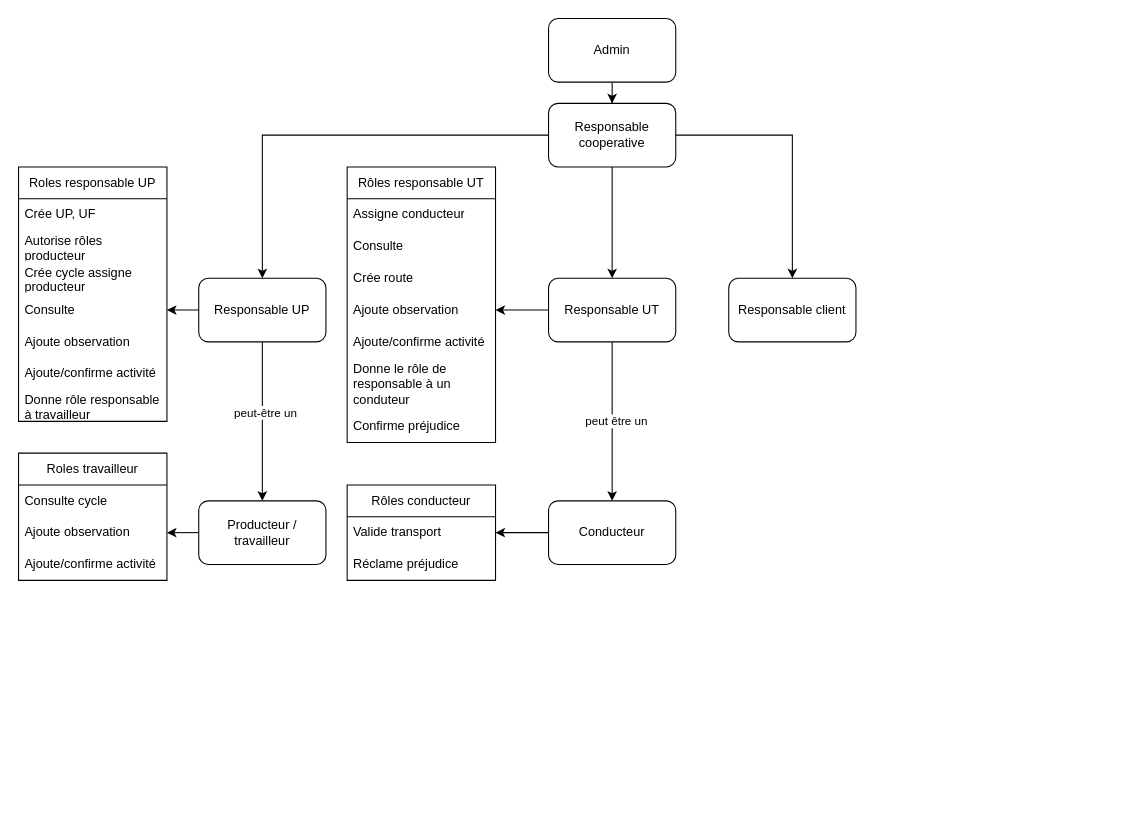
Earlier version of the draw.io diagram Roles.drawio (agroecomakers/Diagrammes-miCampo). Source tidied: cells renumbered, new cells numbered last; positions are measured from the earlier drawing's top-left corner, leaving out a move shared by most shapes. Both pictures are drawn from the tidied source at 106%, with x=0, y=0 at pixel (18, 18).
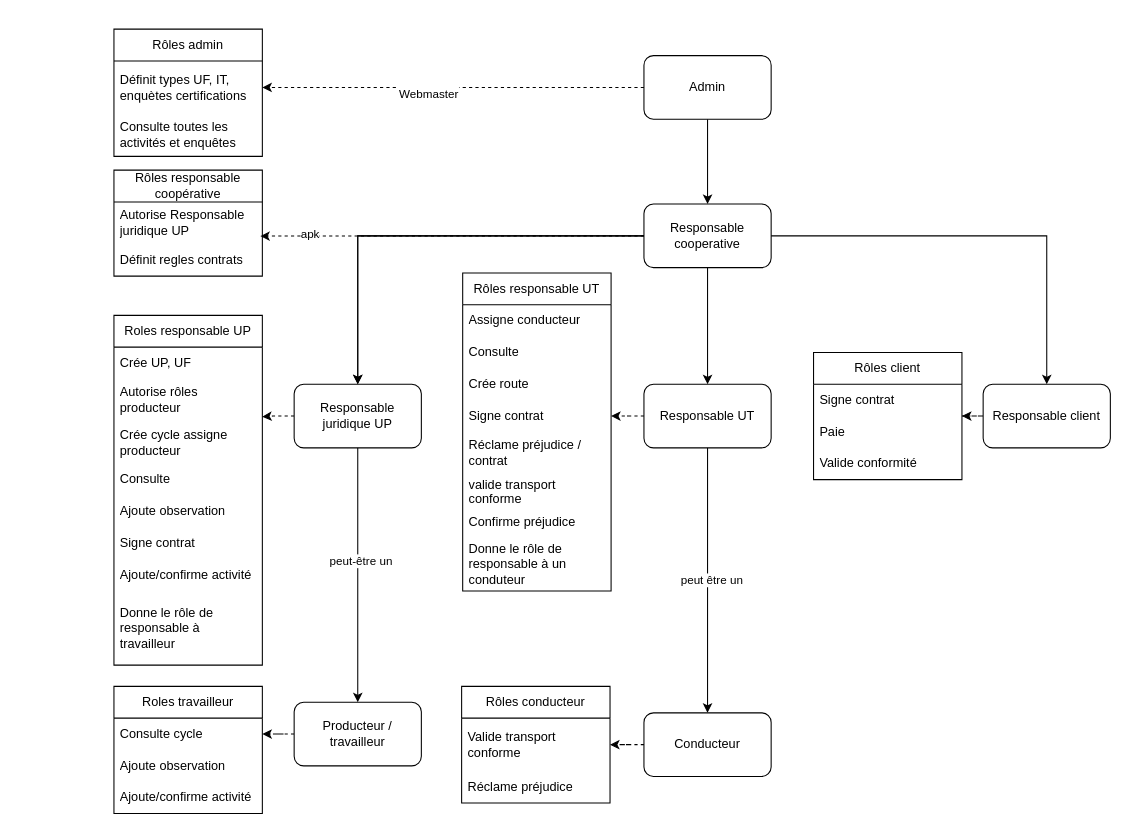
Above is the later version.

Commit message (it also covers changes not shown here):
Mettre à jour Roles.drawio

Unchanged cells that the change refers to:
```xml
<mxCell id="30" value="Consulte cycle" style="text;strokeColor=none;fillColor=none;align=left;verticalAlign=middle;spacingLeft=4;spacingRight=4;overflow=hidden;points=[[0,0.5],[1,0.5]];portConstraint=eastwest;whiteSpace=wrap;html=1;" parent="29" vertex="1">
  <mxGeometry y="30" width="140" height="30" as="geometry" />
</mxCell>
```

What changed in the source:
```diff
@@
+    <mxCell id="44" style="edgeStyle=orthogonalEdgeStyle;rounded=0;jettySize=auto;html=1;entryX=1;entryY=0.5;entryDx=0;entryDy=0;dashed=1;" parent="1" edge="1" source="3" target="56">
+      <mxGeometry relative="1" as="geometry" />
+    </mxCell>
+    <mxCell id="45" value="Webmaster" style="edgeLabel;html=1;align=center;verticalAlign=middle;" parent="44" vertex="1">
+      <mxGeometry x="0.14" y="5" relative="1" as="geometry">
+        <mxPoint x="1" as="offset" />
+      </mxGeometry>
+    </mxCell>
     <mxCell id="3" value="Admin" style="rounded=1;whiteSpace=wrap;html=1;" parent="1" vertex="1">
-      <mxGeometry x="500" width="120" height="60" as="geometry" />
+      <mxGeometry x="590" y="35" width="120" height="60" as="geometry" />
     </mxCell>
+    <mxCell id="46" style="edgeStyle=orthogonalEdgeStyle;rounded=0;jettySize=auto;html=1;dashed=1;entryX=0.986;entryY=0.806;entryDx=0;entryDy=0;entryPerimeter=0;" parent="1" edge="1" source="5" target="53">
+      <mxGeometry relative="1" as="geometry" />
+    </mxCell>
+    <mxCell id="47" value="apk" style="edgeLabel;html=1;align=center;verticalAlign=middle;" parent="46" vertex="1">
+      <mxGeometry x="0.74" y="-2" relative="1" as="geometry">
+        <mxPoint x="-1" as="offset" />
+      </mxGeometry>
+    </mxCell>
@@
     <mxCell id="5" value="Responsable cooperative" style="rounded=1;whiteSpace=wrap;html=1;" parent="1" vertex="1">
-      <mxGeometry x="500" y="80" width="120" height="60" as="geometry" />
+      <mxGeometry x="590" y="175" width="120" height="60" as="geometry" />
     </mxCell>
@@
-    <mxCell id="9" style="edgeStyle=orthogonalEdgeStyle;rounded=0;jettySize=auto;html=1;entryX=1;entryY=0.5;entryDx=0;entryDy=0;" parent="1" edge="1" source="10" target="25">
-      <mxGeometry relative="1" as="geometry" />
-    </mxCell>
+    <mxCell id="48" style="edgeStyle=orthogonalEdgeStyle;rounded=0;jettySize=auto;html=1;entryX=0.999;entryY=-0.11;entryDx=0;entryDy=0;entryPerimeter=0;dashed=1;" parent="1" edge="1" source="10" target="24">
+      <mxGeometry relative="1" as="geometry" />
+    </mxCell>
-    <mxCell id="10" value="Responsable UP" style="whiteSpace=wrap;html=1;rounded=1;" parent="1" vertex="1">
-      <mxGeometry x="170" y="245" width="120" height="60" as="geometry" />
+    <mxCell id="10" value="Responsable juridique UP" style="whiteSpace=wrap;html=1;rounded=1;" parent="1" vertex="1">
+      <mxGeometry x="260" y="345" width="120" height="60" as="geometry" />
     </mxCell>
@@
-    <mxCell id="14" style="edgeStyle=orthogonalEdgeStyle;rounded=0;jettySize=auto;html=1;entryX=1;entryY=0.5;entryDx=0;entryDy=0;" parent="1" edge="1" source="15" target="37">
+    <mxCell id="14" style="edgeStyle=orthogonalEdgeStyle;rounded=0;jettySize=auto;html=1;entryX=1;entryY=0.5;entryDx=0;entryDy=0;dashed=1;" parent="1" edge="1" source="15" target="51">
       <mxGeometry relative="1" as="geometry" />
     </mxCell>
     <mxCell id="15" value="Responsable UT" style="whiteSpace=wrap;html=1;rounded=1;" parent="1" vertex="1">
-      <mxGeometry x="500" y="245" width="120" height="60" as="geometry" />
+      <mxGeometry x="590" y="345" width="120" height="60" as="geometry" />
     </mxCell>
+    <mxCell id="49" style="edgeStyle=orthogonalEdgeStyle;rounded=0;jettySize=auto;html=1;exitX=0;exitY=0.5;exitDx=0;exitDy=0;dashed=1;" parent="1" edge="1" source="16" target="59">
+      <mxGeometry relative="1" as="geometry" />
+    </mxCell>
     <mxCell id="16" value="Responsable client" style="whiteSpace=wrap;html=1;rounded=1;" parent="1" vertex="1">
-      <mxGeometry x="670" y="245" width="120" height="60" as="geometry" />
+      <mxGeometry x="910" y="345" width="120" height="60" as="geometry" />
     </mxCell>
-    <mxCell id="17" style="edgeStyle=orthogonalEdgeStyle;rounded=0;jettySize=auto;html=1;entryX=1;entryY=0.5;entryDx=0;entryDy=0;" parent="1" edge="1" source="18">
-      <mxGeometry relative="1" as="geometry">
-        <mxPoint x="140" y="485" as="targetPoint" />
-      </mxGeometry>
+    <mxCell id="17" style="edgeStyle=orthogonalEdgeStyle;rounded=0;jettySize=auto;html=1;entryX=1;entryY=0.5;entryDx=0;entryDy=0;dashed=1;" parent="1" edge="1" source="18" target="30">
+      <mxGeometry relative="1" as="geometry" />
     </mxCell>
     <mxCell id="18" value="Producteur / travailleur" style="whiteSpace=wrap;html=1;rounded=1;" parent="1" vertex="1">
-      <mxGeometry x="170" y="455" width="120" height="60" as="geometry" />
+      <mxGeometry x="260" y="645" width="120" height="60" as="geometry" />
     </mxCell>
-    <mxCell id="19" style="edgeStyle=orthogonalEdgeStyle;rounded=0;jettySize=auto;html=1;entryX=1;entryY=0.5;entryDx=0;entryDy=0;" parent="1" edge="1" source="20">
-      <mxGeometry relative="1" as="geometry">
-        <mxPoint x="450" y="485" as="targetPoint" />
-      </mxGeometry>
+    <mxCell id="19" style="edgeStyle=orthogonalEdgeStyle;rounded=0;jettySize=auto;html=1;entryX=1;entryY=0.5;entryDx=0;entryDy=0;dashed=1;" parent="1" edge="1" source="20" target="42">
+      <mxGeometry relative="1" as="geometry" />
     </mxCell>
     <mxCell id="20" value="Conducteur" style="whiteSpace=wrap;html=1;rounded=1;" parent="1" vertex="1">
-      <mxGeometry x="500" y="455" width="120" height="60" as="geometry" />
+      <mxGeometry x="590" y="655" width="120" height="60" as="geometry" />
     </mxCell>
     <mxCell id="21" value="Roles responsable UP" style="swimlane;fontStyle=0;horizontal=1;startSize=30;whiteSpace=wrap;html=1;" parent="1" vertex="1">
-      <mxGeometry y="140" width="140" height="240" as="geometry" />
+      <mxGeometry x="90" y="280" width="140" height="330" as="geometry" />
     </mxCell>
@@
     <mxCell id="23" value="Autorise rôles producteur" style="text;strokeColor=none;fillColor=none;align=left;verticalAlign=middle;spacingLeft=4;spacingRight=4;overflow=hidden;whiteSpace=wrap;html=1;" parent="21" vertex="1">
-      <mxGeometry y="60" width="140" height="30" as="geometry" />
+      <mxGeometry y="60" width="140" height="40" as="geometry" />
     </mxCell>
     <mxCell id="24" value="Crée cycle assigne producteur" style="text;strokeColor=none;fillColor=none;align=left;verticalAlign=middle;spacingLeft=4;spacingRight=4;overflow=hidden;points=[[0,0.5],[1,0.5]];portConstraint=eastwest;whiteSpace=wrap;html=1;" parent="21" vertex="1">
-      <mxGeometry y="90" width="140" height="30" as="geometry" />
+      <mxGeometry y="100" width="140" height="40" as="geometry" />
     </mxCell>
     <mxCell id="25" value="Consulte&amp;nbsp;" style="text;strokeColor=none;fillColor=none;align=left;verticalAlign=middle;spacingLeft=4;spacingRight=4;overflow=hidden;points=[[0,0.5],[1,0.5]];portConstraint=eastwest;whiteSpace=wrap;html=1;" parent="21" vertex="1">
-      <mxGeometry y="120" width="140" height="30" as="geometry" />
+      <mxGeometry y="140" width="140" height="30" as="geometry" />
     </mxCell>
     <mxCell id="26" value="Ajoute observation" style="text;strokeColor=none;fillColor=none;align=left;verticalAlign=middle;spacingLeft=4;spacingRight=4;overflow=hidden;whiteSpace=wrap;html=1;" parent="21" vertex="1">
-      <mxGeometry y="150" width="140" height="30" as="geometry" />
+      <mxGeometry y="170" width="140" height="30" as="geometry" />
     </mxCell>
+    <mxCell id="50" value="Signe contrat" style="text;strokeColor=none;fillColor=none;align=left;verticalAlign=middle;spacingLeft=4;spacingRight=4;overflow=hidden;whiteSpace=wrap;html=1;" parent="21" vertex="1">
+      <mxGeometry y="200" width="140" height="30" as="geometry" />
+    </mxCell>
     <mxCell id="27" value="Ajoute/confirme activité" style="text;strokeColor=none;fillColor=none;align=left;verticalAlign=middle;spacingLeft=4;spacingRight=4;overflow=hidden;whiteSpace=wrap;html=1;" parent="21" vertex="1">
-      <mxGeometry y="180" width="140" height="30" as="geometry" />
+      <mxGeometry y="230" width="140" height="30" as="geometry" />
     </mxCell>
-    <mxCell id="28" value="Donne rôle responsable à travailleur" style="text;strokeColor=none;fillColor=none;align=left;verticalAlign=middle;spacingLeft=4;spacingRight=4;overflow=hidden;whiteSpace=wrap;html=1;" parent="21" vertex="1">
-      <mxGeometry y="210" width="140" height="30" as="geometry" />
+    <mxCell id="28" value="Donne le rôle de responsable à travailleur&amp;nbsp;" style="text;strokeColor=none;fillColor=none;align=left;verticalAlign=middle;spacingLeft=4;spacingRight=4;overflow=hidden;whiteSpace=wrap;html=1;" parent="21" vertex="1">
+      <mxGeometry y="260" width="140" height="70" as="geometry" />
     </mxCell>
     <mxCell id="29" value="Roles travailleur" style="swimlane;fontStyle=0;horizontal=1;startSize=30;whiteSpace=wrap;html=1;" parent="1" vertex="1">
-      <mxGeometry y="410" width="140" height="120" as="geometry" />
+      <mxGeometry x="90" y="630" width="140" height="120" as="geometry" />
     </mxCell>
@@
     <mxCell id="33" value="Rôles responsable UT" style="swimlane;fontStyle=0;horizontal=1;startSize=30;whiteSpace=wrap;html=1;" parent="1" vertex="1">
-      <mxGeometry x="310" y="140" width="140" height="260" as="geometry" />
+      <mxGeometry x="419" y="240" width="140" height="300" as="geometry" />
     </mxCell>
@@
+    <mxCell id="51" value="Signe contrat" style="text;strokeColor=none;fillColor=none;align=left;verticalAlign=middle;spacingLeft=4;spacingRight=4;overflow=hidden;points=[[0,0.5],[1,0.5]];portConstraint=eastwest;whiteSpace=wrap;html=1;" parent="33" vertex="1">
+      <mxGeometry y="120" width="140" height="30" as="geometry" />
+    </mxCell>
-    <mxCell id="37" value="Ajoute observation" style="text;strokeColor=none;fillColor=none;align=left;verticalAlign=middle;spacingLeft=4;spacingRight=4;overflow=hidden;points=[[0,0.5],[1,0.5]];portConstraint=eastwest;whiteSpace=wrap;html=1;" parent="33" vertex="1">
-      <mxGeometry y="120" width="140" height="30" as="geometry" />
+    <mxCell id="37" value="Réclame préjudice / contrat" style="text;strokeColor=none;fillColor=none;align=left;verticalAlign=middle;spacingLeft=4;spacingRight=4;overflow=hidden;points=[[0,0.5],[1,0.5]];portConstraint=eastwest;whiteSpace=wrap;html=1;" parent="33" vertex="1">
+      <mxGeometry y="150" width="140" height="40" as="geometry" />
     </mxCell>
-    <mxCell id="38" value="Ajoute/confirme activité" style="text;strokeColor=none;fillColor=none;align=left;verticalAlign=middle;spacingLeft=4;spacingRight=4;overflow=hidden;whiteSpace=wrap;html=1;" parent="33" vertex="1">
-      <mxGeometry y="150" width="140" height="30" as="geometry" />
+    <mxCell id="38" value="valide transport conforme" style="text;strokeColor=none;fillColor=none;align=left;verticalAlign=middle;spacingLeft=4;spacingRight=4;overflow=hidden;whiteSpace=wrap;html=1;" parent="33" vertex="1">
+      <mxGeometry y="190" width="140" height="30" as="geometry" />
     </mxCell>
+    <mxCell id="40" value="Confirme préjudice" style="text;strokeColor=none;fillColor=none;align=left;verticalAlign=middle;spacingLeft=4;spacingRight=4;overflow=hidden;whiteSpace=wrap;html=1;" parent="33" vertex="1">
+      <mxGeometry y="220" width="140" height="30" as="geometry" />
+    </mxCell>
     <mxCell id="39" value="Donne le rôle de responsable à un conduteur" style="text;strokeColor=none;fillColor=none;align=left;verticalAlign=middle;spacingLeft=4;spacingRight=4;overflow=hidden;whiteSpace=wrap;html=1;" parent="33" vertex="1">
-      <mxGeometry y="180" width="140" height="50" as="geometry" />
+      <mxGeometry y="250" width="140" height="50" as="geometry" />
     </mxCell>
-    <mxCell id="40" value="Confirme préjudice" style="text;strokeColor=none;fillColor=none;align=left;verticalAlign=middle;spacingLeft=4;spacingRight=4;overflow=hidden;whiteSpace=wrap;html=1;" parent="33" vertex="1">
-      <mxGeometry y="230" width="140" height="30" as="geometry" />
-    </mxCell>
     <mxCell id="41" value="Rôles conducteur" style="swimlane;fontStyle=0;horizontal=1;startSize=30;whiteSpace=wrap;html=1;" parent="1" vertex="1">
-      <mxGeometry x="310" y="440" width="140" height="90" as="geometry" />
+      <mxGeometry x="418" y="630" width="140" height="110" as="geometry" />
     </mxCell>
-    <mxCell id="42" value="Valide transport" style="text;strokeColor=none;fillColor=none;align=left;verticalAlign=middle;spacingLeft=4;spacingRight=4;overflow=hidden;points=[[0,0.5],[1,0.5]];portConstraint=eastwest;whiteSpace=wrap;html=1;" parent="41" vertex="1">
-      <mxGeometry y="30" width="140" height="30" as="geometry" />
+    <mxCell id="42" value="Valide transport conforme" style="text;strokeColor=none;fillColor=none;align=left;verticalAlign=middle;spacingLeft=4;spacingRight=4;overflow=hidden;points=[[0,0.5],[1,0.5]];portConstraint=eastwest;whiteSpace=wrap;html=1;" parent="41" vertex="1">
+      <mxGeometry y="30" width="140" height="50" as="geometry" />
     </mxCell>
     <mxCell id="43" value="Réclame préjudice" style="text;strokeColor=none;fillColor=none;align=left;verticalAlign=middle;spacingLeft=4;spacingRight=4;overflow=hidden;whiteSpace=wrap;html=1;" parent="41" vertex="1">
-      <mxGeometry y="60" width="140" height="30" as="geometry" />
+      <mxGeometry y="80" width="140" height="30" as="geometry" />
     </mxCell>
+    <mxCell id="52" value="Rôles responsable coopérative" style="swimlane;fontStyle=0;horizontal=1;startSize=30;whiteSpace=wrap;html=1;" parent="1" vertex="1">
+      <mxGeometry x="90" y="143" width="140" height="100" as="geometry" />
+    </mxCell>
+    <mxCell id="53" value="Autorise Responsable juridique UP" style="text;strokeColor=none;fillColor=none;align=left;verticalAlign=middle;spacingLeft=4;spacingRight=4;overflow=hidden;points=[[0,0.5],[1,0.5]];portConstraint=eastwest;whiteSpace=wrap;html=1;" parent="52" vertex="1">
+      <mxGeometry y="30" width="140" height="40" as="geometry" />
+    </mxCell>
+    <mxCell id="54" value="Définit regles contrats" style="text;strokeColor=none;fillColor=none;align=left;verticalAlign=middle;spacingLeft=4;spacingRight=4;overflow=hidden;whiteSpace=wrap;html=1;" parent="52" vertex="1">
+      <mxGeometry y="70" width="140" height="30" as="geometry" />
+    </mxCell>
+    <mxCell id="55" value="Rôles admin" style="swimlane;fontStyle=0;horizontal=1;startSize=30;whiteSpace=wrap;html=1;" parent="1" vertex="1">
+      <mxGeometry x="90" y="10" width="140" height="120" as="geometry" />
+    </mxCell>
+    <mxCell id="56" value="Définit types UF, IT, enquètes certifications" style="text;strokeColor=none;fillColor=none;align=left;verticalAlign=middle;spacingLeft=4;spacingRight=4;overflow=hidden;points=[[0,0.5],[1,0.5]];portConstraint=eastwest;whiteSpace=wrap;html=1;" parent="55" vertex="1">
+      <mxGeometry y="30" width="140" height="50" as="geometry" />
+    </mxCell>
+    <mxCell id="57" value="Consulte toutes les activités et enquêtes" style="text;strokeColor=none;fillColor=none;align=left;verticalAlign=middle;spacingLeft=4;spacingRight=4;overflow=hidden;whiteSpace=wrap;html=1;" parent="55" vertex="1">
+      <mxGeometry y="80" width="140" height="40" as="geometry" />
+    </mxCell>
+    <mxCell id="58" style="edgeStyle=orthogonalEdgeStyle;rounded=0;jettySize=auto;html=1;entryX=0.5;entryY=0;entryDx=0;entryDy=0;exitX=0;exitY=0.5;exitDx=0;exitDy=0;" parent="1" edge="1" source="5" target="10">
+      <mxGeometry relative="1" as="geometry" />
+    </mxCell>
+    <mxCell id="59" value="Rôles client" style="swimlane;fontStyle=0;horizontal=1;startSize=30;whiteSpace=wrap;html=1;" parent="1" vertex="1">
+      <mxGeometry x="750" y="315" width="140" height="120" as="geometry" />
+    </mxCell>
+    <mxCell id="60" value="Signe contrat" style="text;strokeColor=none;fillColor=none;align=left;verticalAlign=middle;spacingLeft=4;spacingRight=4;overflow=hidden;whiteSpace=wrap;html=1;" parent="59" vertex="1">
+      <mxGeometry y="30" width="140" height="30" as="geometry" />
+    </mxCell>
+    <mxCell id="61" value="Paie" style="text;strokeColor=none;fillColor=none;align=left;verticalAlign=middle;spacingLeft=4;spacingRight=4;overflow=hidden;whiteSpace=wrap;html=1;" parent="59" vertex="1">
+      <mxGeometry y="60" width="140" height="30" as="geometry" />
+    </mxCell>
+    <mxCell id="62" value="Valide conformité" style="text;strokeColor=none;fillColor=none;align=left;verticalAlign=middle;spacingLeft=4;spacingRight=4;overflow=hidden;whiteSpace=wrap;html=1;" parent="59" vertex="1">
+      <mxGeometry y="90" width="140" height="30" as="geometry" />
+    </mxCell>
```
